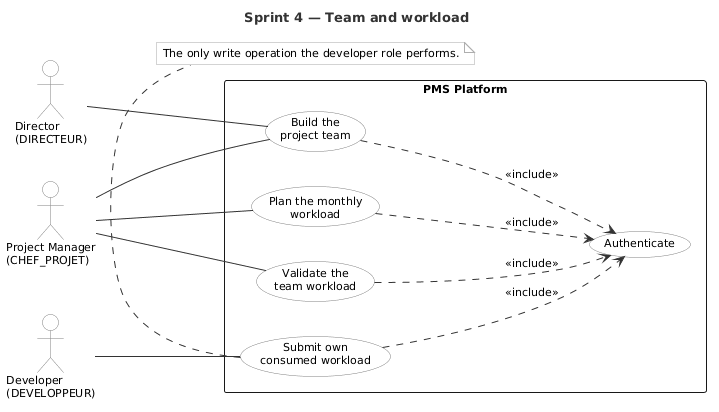
Before: report/Rapport PFE TEKUP LATEX/img/uc_sprint4.png, a diagram exported from PlantUML (mazenrakrouki/tekup-pms-platform). The source it was exported from:
```plantuml
@startuml uc_sprint4
title Sprint 4 — Team and workload

left to right direction

skinparam shadowing false
skinparam packageStyle rectangle
skinparam defaultFontName Helvetica
skinparam defaultFontSize 11
skinparam actorBorderColor #808080
skinparam actorBackgroundColor #FFFFFF
skinparam usecaseBorderColor #808080
skinparam usecaseBackgroundColor #FFFFFF
skinparam ArrowColor #333333
skinparam noteBorderColor #AAAAAA
skinparam noteBackgroundColor #FAFAFA
skinparam TitleFontSize 13
skinparam TitleFontColor #333333

actor "Director\n(DIRECTEUR)"          as Dir
actor "Project Manager\n(CHEF_PROJET)" as PM
actor "Developer\n(DEVELOPPEUR)"       as Dev

rectangle "PMS Platform" {
  usecase "Build the\nproject team" as UC1
  usecase "Plan the monthly\nworkload" as UC2
  usecase "Submit own\nconsumed workload" as UC3
  usecase "Validate the\nteam workload" as UC4
  usecase "Authenticate" as UC0
}

Dir -- UC1
PM -- UC1
PM -- UC2
PM -- UC4
Dev -- UC3
UC1 ..> UC0 : <<include>>
UC2 ..> UC0 : <<include>>
UC3 ..> UC0 : <<include>>
UC4 ..> UC0 : <<include>>

note bottom of UC3
  The only write operation the developer role performs.
end note

@enduml
```
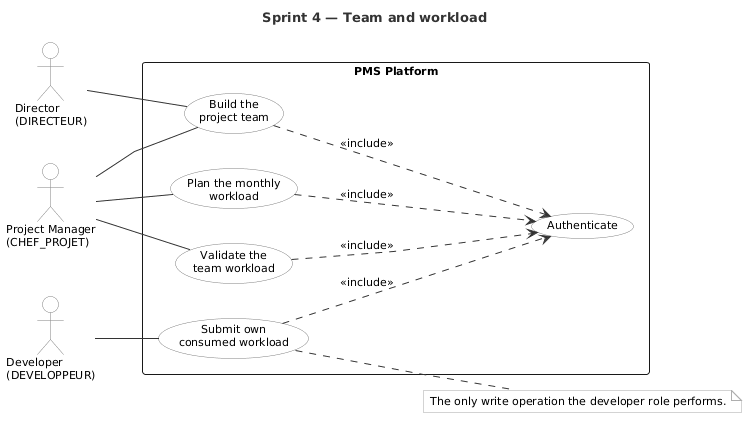
After the change.

Change to the diagram source:
```diff
@@ -2,6 +2,8 @@
 title Sprint 4 — Team and workload
 
 left to right direction
+
+skinparam linetype polyline
 
 skinparam shadowing false
 skinparam packageStyle rectangle
@@ -39,7 +41,7 @@
 UC3 ..> UC0 : <<include>>
 UC4 ..> UC0 : <<include>>
 
-note bottom of UC3
+note right of UC3
   The only write operation the developer role performs.
 end note
 
```
